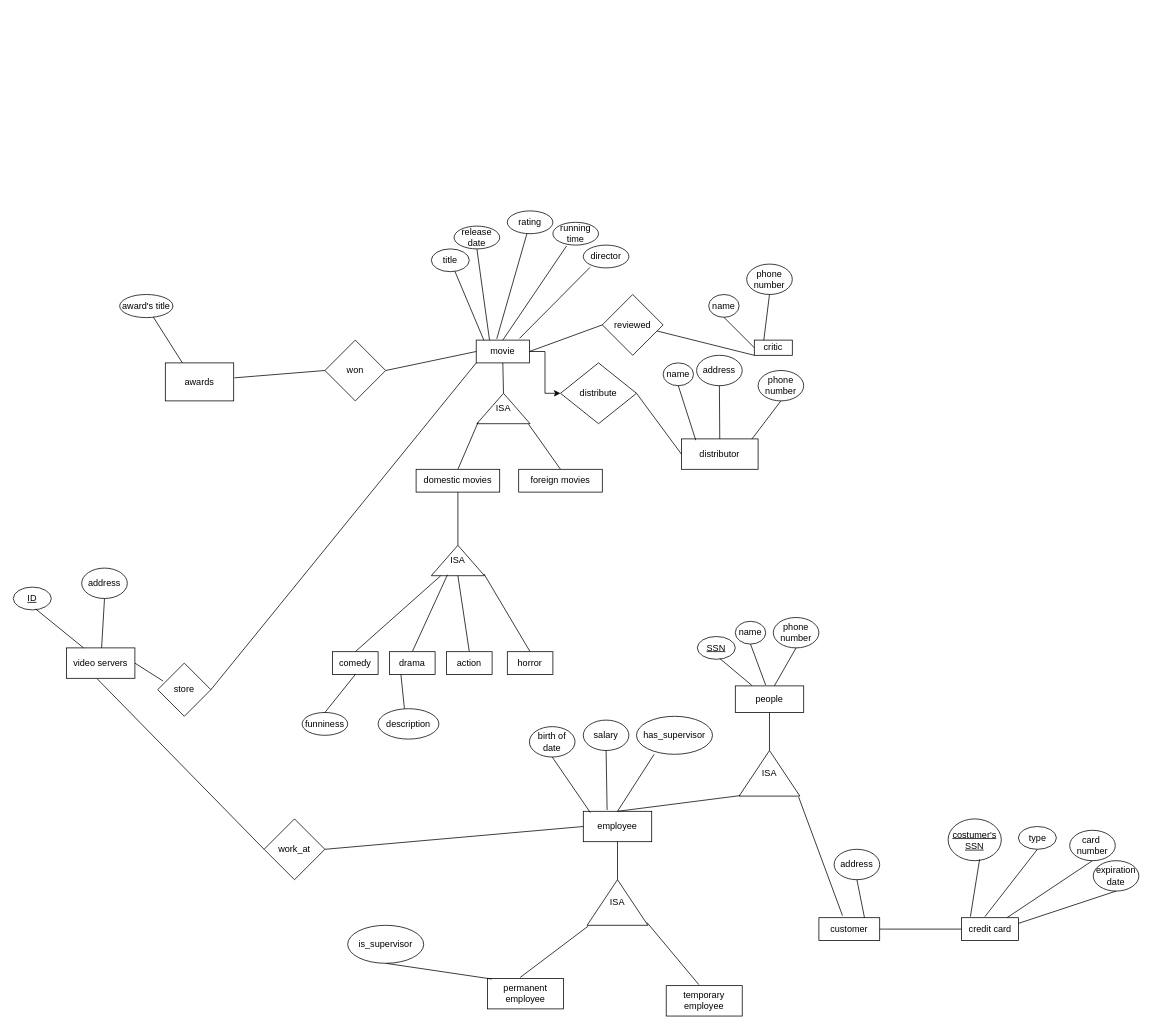
This is hw2_part6A.drawio from jamessu1201/Database_System, a draw.io file, before an edit. Source tidied: cells renumbered, new cells numbered last; positions are measured from the earlier drawing's top-left corner, leaving out a move shared by most shapes. Both pictures are drawn from the tidied source at 76%, with x=0, y=0 at pixel (13, 211).
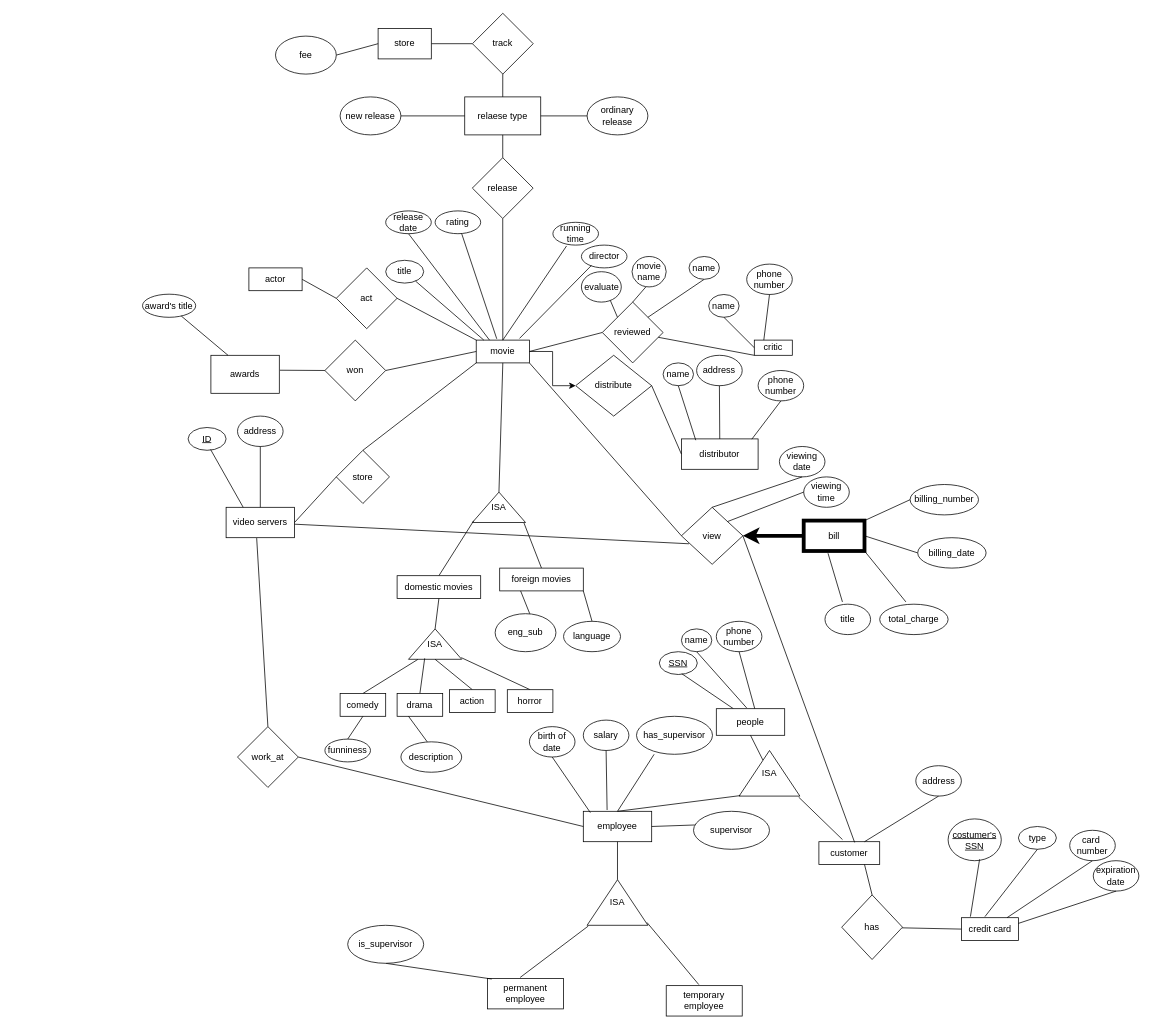
Above is the later version.

Unchanged cells that the change refers to:
```xml
<mxCell id="3" value="movie" style="rounded=0;whiteSpace=wrap;html=1;" parent="1" vertex="1">
  <mxGeometry x="609.1" y="170" width="70" height="30" as="geometry" />
</mxCell>
<mxCell id="48" value="credit card" style="rounded=0;whiteSpace=wrap;html=1;" parent="1" vertex="1">
  <mxGeometry x="1247.5" y="930" width="75" height="30" as="geometry" />
</mxCell>
<mxCell id="59" value="employee" style="rounded=0;whiteSpace=wrap;html=1;" parent="1" vertex="1">
  <mxGeometry x="750" y="790" width="90" height="40" as="geometry" />
</mxCell>
```

The edit, as a diff of the source:
```diff
@@
     <mxCell id="4" value="title" style="ellipse;whiteSpace=wrap;html=1;" parent="1" vertex="1">
-      <mxGeometry x="550" y="50" width="50" height="30" as="geometry" />
+      <mxGeometry x="490" y="65" width="50" height="30" as="geometry" />
     </mxCell>
@@
     <mxCell id="6" value="release date" style="ellipse;whiteSpace=wrap;html=1;" parent="1" vertex="1">
-      <mxGeometry x="580" y="20" width="60" height="30" as="geometry" />
+      <mxGeometry x="490" width="60" height="30" as="geometry" />
     </mxCell>
@@
     <mxCell id="8" value="rating" style="ellipse;whiteSpace=wrap;html=1;" parent="1" vertex="1">
-      <mxGeometry x="650" width="60" height="30" as="geometry" />
+      <mxGeometry x="555" width="60" height="30" as="geometry" />
     </mxCell>
@@
     <mxCell id="12" value="director" style="ellipse;whiteSpace=wrap;html=1;" parent="1" vertex="1">
-      <mxGeometry x="750" y="45" width="60" height="30" as="geometry" />
+      <mxGeometry x="747.5" y="45" width="60" height="30" as="geometry" />
     </mxCell>
-    <mxCell id="13" style="endArrow=none;html=1;rounded=0;entryX=0.148;entryY=0.975;entryDx=0;entryDy=0;entryPerimeter=0;exitX=0.814;exitY=-0.073;exitDx=0;exitDy=0;exitPerimeter=0;" parent="1" edge="1" source="3" target="12">
+    <mxCell id="13" style="endArrow=none;html=1;rounded=0;entryX=0.222;entryY=0.889;entryDx=0;entryDy=0;entryPerimeter=0;exitX=0.814;exitY=-0.073;exitDx=0;exitDy=0;exitPerimeter=0;" parent="1" edge="1" source="3" target="12">
       <mxGeometry relative="1" as="geometry" />
     </mxCell>
     <mxCell id="14" value="ISA" style="triangle;whiteSpace=wrap;html=1;direction=north;" parent="1" vertex="1">
-      <mxGeometry x="610" y="240" width="70" height="40" as="geometry" />
+      <mxGeometry x="604" y="370" width="70" height="40" as="geometry" />
     </mxCell>
@@
     <mxCell id="18" value="domestic&amp;nbsp;movies" style="rounded=0;whiteSpace=wrap;html=1;" parent="1" vertex="1">
-      <mxGeometry x="530" y="340" width="110" height="30" as="geometry" />
+      <mxGeometry x="505" y="480" width="110" height="30" as="geometry" />
     </mxCell>
     <mxCell id="19" value="foreign&amp;nbsp;movies" style="rounded=0;whiteSpace=wrap;html=1;" parent="1" vertex="1">
-      <mxGeometry x="665" y="340" width="110" height="30" as="geometry" />
+      <mxGeometry x="640" y="470" width="110" height="30" as="geometry" />
     </mxCell>
     <mxCell id="20" value="ISA" style="triangle;whiteSpace=wrap;html=1;direction=north;" parent="1" vertex="1">
-      <mxGeometry x="550" y="440" width="70" height="40" as="geometry" />
+      <mxGeometry x="520" y="550" width="70" height="40" as="geometry" />
     </mxCell>
@@
     <mxCell id="23" value="comedy" style="rounded=0;whiteSpace=wrap;html=1;" parent="1" vertex="1">
-      <mxGeometry x="420" y="580" width="60" height="30" as="geometry" />
+      <mxGeometry x="430" y="635" width="60" height="30" as="geometry" />
     </mxCell>
@@
     <mxCell id="25" value="drama" style="rounded=0;whiteSpace=wrap;html=1;" parent="1" vertex="1">
-      <mxGeometry x="495" y="580" width="60" height="30" as="geometry" />
+      <mxGeometry x="505" y="635" width="60" height="30" as="geometry" />
     </mxCell>
@@
     <mxCell id="27" value="action" style="rounded=0;whiteSpace=wrap;html=1;" parent="1" vertex="1">
-      <mxGeometry x="570" y="580" width="60" height="30" as="geometry" />
+      <mxGeometry x="574" y="630" width="60" height="30" as="geometry" />
     </mxCell>
@@
     <mxCell id="29" value="horror" style="rounded=0;whiteSpace=wrap;html=1;" parent="1" vertex="1">
-      <mxGeometry x="650" y="580" width="60" height="30" as="geometry" />
+      <mxGeometry x="650" y="630" width="60" height="30" as="geometry" />
     </mxCell>
     <mxCell id="30" value="funniness" style="ellipse;whiteSpace=wrap;html=1;" parent="1" vertex="1">
-      <mxGeometry x="380" y="660" width="60" height="30" as="geometry" />
+      <mxGeometry x="410" y="695" width="60" height="30" as="geometry" />
     </mxCell>
@@
     <mxCell id="32" value="description" style="ellipse;whiteSpace=wrap;html=1;" parent="1" vertex="1">
-      <mxGeometry x="480" y="655" width="80" height="40" as="geometry" />
+      <mxGeometry x="510" y="698.6" width="80" height="40" as="geometry" />
     </mxCell>
@@
     <mxCell id="39" value="customer" style="rounded=0;whiteSpace=wrap;html=1;" parent="1" vertex="1">
-      <mxGeometry x="1060" y="930" width="80" height="30" as="geometry" />
+      <mxGeometry x="1060" y="830" width="80" height="30" as="geometry" />
     </mxCell>
     <mxCell id="40" value="&lt;u&gt;SSN&lt;/u&gt;" style="ellipse;whiteSpace=wrap;html=1;" parent="1" vertex="1">
-      <mxGeometry x="900" y="560" width="50" height="30" as="geometry" />
+      <mxGeometry x="850" y="580" width="50" height="30" as="geometry" />
     </mxCell>
@@
     <mxCell id="42" value="name" style="ellipse;whiteSpace=wrap;html=1;" parent="1" vertex="1">
-      <mxGeometry x="950" y="540" width="40" height="30" as="geometry" />
+      <mxGeometry x="879.1" y="550" width="40" height="30" as="geometry" />
     </mxCell>
@@
     <mxCell id="44" value="phone number" style="ellipse;whiteSpace=wrap;html=1;" parent="1" vertex="1">
-      <mxGeometry x="1000" y="535" width="60" height="40" as="geometry" />
+      <mxGeometry x="925" y="540" width="60" height="40" as="geometry" />
     </mxCell>
@@
     <mxCell id="46" value="address" style="ellipse;whiteSpace=wrap;html=1;" parent="1" vertex="1">
-      <mxGeometry x="1080" y="840" width="60" height="40" as="geometry" />
+      <mxGeometry x="1187.5" y="730" width="60" height="40" as="geometry" />
     </mxCell>
@@
-    <mxCell id="50" style="endArrow=none;html=1;rounded=0;entryX=1;entryY=0.5;entryDx=0;entryDy=0;exitX=0;exitY=0.5;exitDx=0;exitDy=0;" parent="1" edge="1" source="48" target="39">
+    <mxCell id="50" style="endArrow=none;html=1;rounded=0;exitX=0;exitY=0.5;exitDx=0;exitDy=0;" parent="1" edge="1" source="48" target="126">
       <mxGeometry relative="1" as="geometry" />
     </mxCell>
@@
     <mxCell id="60" value="people" style="rounded=0;whiteSpace=wrap;html=1;" parent="1" vertex="1">
-      <mxGeometry x="950" y="625" width="90" height="35" as="geometry" />
+      <mxGeometry x="925" y="655" width="90" height="35" as="geometry" />
     </mxCell>
@@
     <mxCell id="78" value="reviewed" style="rhombus;whiteSpace=wrap;html=1;" parent="1" vertex="1">
-      <mxGeometry x="775" y="110" width="80" height="80" as="geometry" />
+      <mxGeometry x="775" y="120" width="80" height="80" as="geometry" />
     </mxCell>
@@
     <mxCell id="83" value="awards" style="rounded=0;whiteSpace=wrap;html=1;" parent="1" vertex="1">
-      <mxGeometry x="200" y="200" width="90" height="50" as="geometry" />
+      <mxGeometry x="260" y="190" width="90" height="50" as="geometry" />
     </mxCell>
@@
     <mxCell id="85" value="award's title" style="ellipse;whiteSpace=wrap;html=1;" parent="1" vertex="1">
-      <mxGeometry x="140" y="110" width="70" height="30.4" as="geometry" />
+      <mxGeometry x="170" y="109.6" width="70" height="30.4" as="geometry" />
     </mxCell>
@@
     <mxCell id="87" value="video servers" style="rounded=0;whiteSpace=wrap;html=1;" parent="1" vertex="1">
-      <mxGeometry x="70" y="575" width="90" height="40" as="geometry" />
+      <mxGeometry x="280" y="390" width="90" height="40" as="geometry" />
     </mxCell>
     <mxCell id="88" value="&lt;u&gt;ID&lt;/u&gt;" style="ellipse;whiteSpace=wrap;html=1;" parent="1" vertex="1">
-      <mxGeometry y="495" width="50" height="30" as="geometry" />
+      <mxGeometry x="230" y="285" width="50" height="30" as="geometry" />
     </mxCell>
@@
     <mxCell id="90" value="address" style="ellipse;whiteSpace=wrap;html=1;" parent="1" vertex="1">
-      <mxGeometry x="90" y="470" width="60" height="40" as="geometry" />
+      <mxGeometry x="295" y="270" width="60" height="40" as="geometry" />
     </mxCell>
@@
     <mxCell id="92" value="distribute" style="rhombus;whiteSpace=wrap;html=1;" parent="1" vertex="1">
-      <mxGeometry x="720" y="200" width="100" height="80" as="geometry" />
+      <mxGeometry x="740" y="190" width="100" height="80" as="geometry" />
     </mxCell>
@@
     <mxCell id="101" value="store" style="rhombus;whiteSpace=wrap;html=1;" parent="1" vertex="1">
-      <mxGeometry x="190" y="595" width="70" height="70" as="geometry" />
+      <mxGeometry x="425" y="315" width="70" height="70" as="geometry" />
     </mxCell>
-    <mxCell id="102" style="endArrow=none;html=1;rounded=0;entryX=1;entryY=0.5;entryDx=0;entryDy=0;exitX=0.101;exitY=0.337;exitDx=0;exitDy=0;exitPerimeter=0;" parent="1" edge="1" source="101" target="87">
+    <mxCell id="102" style="endArrow=none;html=1;rounded=0;entryX=1;entryY=0.5;entryDx=0;entryDy=0;exitX=0;exitY=0.5;exitDx=0;exitDy=0;" parent="1" edge="1" source="101" target="87">
       <mxGeometry relative="1" as="geometry" />
     </mxCell>
-    <mxCell id="103" style="endArrow=none;html=1;rounded=0;entryX=1;entryY=0.5;entryDx=0;entryDy=0;exitX=0;exitY=1;exitDx=0;exitDy=0;" parent="1" edge="1" source="3" target="101">
+    <mxCell id="103" style="endArrow=none;html=1;rounded=0;entryX=0.5;entryY=0;entryDx=0;entryDy=0;exitX=0;exitY=1;exitDx=0;exitDy=0;" parent="1" edge="1" source="3" target="101">
       <mxGeometry relative="1" as="geometry" />
     </mxCell>
@@
     <mxCell id="106" value="work_at" style="rhombus;whiteSpace=wrap;html=1;" parent="1" vertex="1">
-      <mxGeometry x="330" y="800" width="80" height="80" as="geometry" />
+      <mxGeometry x="295" y="678.6" width="80" height="80" as="geometry" />
     </mxCell>
@@
-    <mxCell id="108" style="endArrow=none;html=1;rounded=0;entryX=0.447;entryY=1.013;entryDx=0;entryDy=0;entryPerimeter=0;exitX=0;exitY=0.5;exitDx=0;exitDy=0;" parent="1" edge="1" source="106" target="87">
+    <mxCell id="108" style="endArrow=none;html=1;rounded=0;entryX=0.447;entryY=1.013;entryDx=0;entryDy=0;entryPerimeter=0;exitX=0.5;exitY=0;exitDx=0;exitDy=0;" parent="1" edge="1" source="106" target="87">
       <mxGeometry relative="1" as="geometry" />
     </mxCell>
+    <mxCell id="109" style="endArrow=none;html=1;rounded=0;entryX=0;entryY=0;entryDx=0;entryDy=0;exitX=1;exitY=0.5;exitDx=0;exitDy=0;" parent="1" edge="1" source="110" target="3">
+      <mxGeometry relative="1" as="geometry" />
+    </mxCell>
+    <mxCell id="110" value="act" style="rhombus;whiteSpace=wrap;html=1;" parent="1" vertex="1">
+      <mxGeometry x="425" y="75" width="80" height="80" as="geometry" />
+    </mxCell>
+    <mxCell id="111" style="endArrow=none;html=1;rounded=0;entryX=0;entryY=0.5;entryDx=0;entryDy=0;exitX=1;exitY=0.5;exitDx=0;exitDy=0;" parent="1" edge="1" source="112" target="110">
+      <mxGeometry relative="1" as="geometry" />
+    </mxCell>
+    <mxCell id="112" value="actor" style="rounded=0;whiteSpace=wrap;html=1;" parent="1" vertex="1">
+      <mxGeometry x="310" y="75" width="70" height="30" as="geometry" />
+    </mxCell>
+    <mxCell id="113" style="endArrow=none;html=1;rounded=0;entryX=1;entryY=1;entryDx=0;entryDy=0;exitX=0.5;exitY=0;exitDx=0;exitDy=0;" parent="1" edge="1" source="114" target="19">
+      <mxGeometry relative="1" as="geometry" />
+    </mxCell>
+    <mxCell id="114" value="language" style="ellipse;whiteSpace=wrap;html=1;" parent="1" vertex="1">
+      <mxGeometry x="724" y="540" width="75" height="40" as="geometry" />
+    </mxCell>
+    <mxCell id="115" style="endArrow=none;html=1;rounded=0;entryX=0.25;entryY=1;entryDx=0;entryDy=0;exitX=0.57;exitY=0.003;exitDx=0;exitDy=0;exitPerimeter=0;" parent="1" edge="1" source="116" target="19">
+      <mxGeometry relative="1" as="geometry" />
+    </mxCell>
+    <mxCell id="116" value="eng_sub" style="ellipse;whiteSpace=wrap;html=1;" parent="1" vertex="1">
+      <mxGeometry x="634" y="530" width="80" height="50" as="geometry" />
+    </mxCell>
+    <mxCell id="117" style="endArrow=none;html=1;rounded=0;entryX=1;entryY=0;entryDx=0;entryDy=0;exitX=0.5;exitY=1;exitDx=0;exitDy=0;" parent="1" edge="1" source="118" target="78">
+      <mxGeometry relative="1" as="geometry" />
+    </mxCell>
+    <mxCell id="118" value="name" style="ellipse;whiteSpace=wrap;html=1;" parent="1" vertex="1">
+      <mxGeometry x="889.1" y="60" width="40" height="30" as="geometry" />
+    </mxCell>
+    <mxCell id="119" style="endArrow=none;html=1;rounded=0;entryX=0.5;entryY=0;entryDx=0;entryDy=0;exitX=0.407;exitY=0.998;exitDx=0;exitDy=0;exitPerimeter=0;" parent="1" edge="1" source="120" target="78">
+      <mxGeometry relative="1" as="geometry" />
+    </mxCell>
+    <mxCell id="120" value="movie name" style="ellipse;whiteSpace=wrap;html=1;" parent="1" vertex="1">
+      <mxGeometry x="814.1" y="60" width="45" height="40" as="geometry" />
+    </mxCell>
+    <mxCell id="121" value="evaluate" style="ellipse;whiteSpace=wrap;html=1;" parent="1" vertex="1">
+      <mxGeometry x="747.5" y="80" width="52.5" height="40" as="geometry" />
+    </mxCell>
+    <mxCell id="122" style="endArrow=none;html=1;rounded=0;entryX=0;entryY=0;entryDx=0;entryDy=0;exitX=0.725;exitY=0.945;exitDx=0;exitDy=0;exitPerimeter=0;" parent="1" edge="1" source="121" target="78">
+      <mxGeometry relative="1" as="geometry" />
+    </mxCell>
+    <mxCell id="123" value="view" style="rhombus;whiteSpace=wrap;html=1;" parent="1" vertex="1">
+      <mxGeometry x="879.1" y="390" width="80.9" height="75" as="geometry" />
+    </mxCell>
+    <mxCell id="124" style="endArrow=none;html=1;rounded=0;entryX=1;entryY=1;entryDx=0;entryDy=0;exitX=0;exitY=0.5;exitDx=0;exitDy=0;" parent="1" edge="1" source="123" target="3">
+      <mxGeometry relative="1" as="geometry" />
+    </mxCell>
+    <mxCell id="125" style="endArrow=none;html=1;rounded=0;entryX=1;entryY=0.5;entryDx=0;entryDy=0;exitX=0.588;exitY=0.033;exitDx=0;exitDy=0;exitPerimeter=0;" parent="1" edge="1" source="39" target="123">
+      <mxGeometry relative="1" as="geometry" />
+    </mxCell>
+    <mxCell id="126" value="has" style="rhombus;whiteSpace=wrap;html=1;" parent="1" vertex="1">
+      <mxGeometry x="1090" y="900" width="80" height="85" as="geometry" />
+    </mxCell>
+    <mxCell id="127" style="endArrow=none;html=1;rounded=0;entryX=0.75;entryY=1;entryDx=0;entryDy=0;exitX=0.5;exitY=0;exitDx=0;exitDy=0;" parent="1" edge="1" source="126" target="39">
+      <mxGeometry relative="1" as="geometry" />
+    </mxCell>
+    <mxCell id="128" style="endArrow=none;html=1;rounded=0;entryX=0.123;entryY=0.64;entryDx=0;entryDy=0;entryPerimeter=0;" parent="1" edge="1" source="87" target="123">
+      <mxGeometry relative="1" as="geometry" />
+    </mxCell>
+    <mxCell id="129" style="endArrow=none;html=1;rounded=0;exitX=0.019;exitY=0.36;exitDx=0;exitDy=0;entryX=1;entryY=0.5;entryDx=0;entryDy=0;exitPerimeter=0;" parent="1" edge="1" source="130" target="59">
+      <mxGeometry relative="1" as="geometry" />
+    </mxCell>
+    <mxCell id="130" value="supervisor" style="ellipse;whiteSpace=wrap;html=1;" parent="1" vertex="1">
+      <mxGeometry x="895" y="790" width="100" height="50" as="geometry" />
+    </mxCell>
+    <mxCell id="131" value="viewing date" style="ellipse;whiteSpace=wrap;html=1;" parent="1" vertex="1">
+      <mxGeometry x="1008" y="310" width="60" height="40" as="geometry" />
+    </mxCell>
+    <mxCell id="132" style="endArrow=none;html=1;rounded=0;entryX=0.5;entryY=1;entryDx=0;entryDy=0;exitX=0.5;exitY=0;exitDx=0;exitDy=0;" parent="1" edge="1" source="123" target="131">
+      <mxGeometry relative="1" as="geometry" />
+    </mxCell>
+    <mxCell id="133" value="viewing time" style="ellipse;whiteSpace=wrap;html=1;" parent="1" vertex="1">
+      <mxGeometry x="1040" y="350" width="60" height="40" as="geometry" />
+    </mxCell>
+    <mxCell id="134" style="endArrow=none;html=1;rounded=0;entryX=0;entryY=0.5;entryDx=0;entryDy=0;exitX=1;exitY=0;exitDx=0;exitDy=0;" parent="1" edge="1" source="123" target="133">
+      <mxGeometry relative="1" as="geometry" />
+    </mxCell>
+    <mxCell id="135" style="edgeStyle=orthogonalEdgeStyle;rounded=0;jettySize=auto;html=1;strokeWidth=5;" parent="1" edge="1" source="136" target="123">
+      <mxGeometry relative="1" as="geometry" />
+    </mxCell>
+    <mxCell id="136" value="bill" style="rounded=0;whiteSpace=wrap;html=1;strokeWidth=5;" parent="1" vertex="1">
+      <mxGeometry x="1040" y="407.5" width="80" height="40" as="geometry" />
+    </mxCell>
+    <mxCell id="137" style="endArrow=none;html=1;rounded=0;exitX=0.383;exitY=-0.075;exitDx=0;exitDy=0;exitPerimeter=0;entryX=0.4;entryY=1.075;entryDx=0;entryDy=0;entryPerimeter=0;" parent="1" edge="1" source="138" target="136">
+      <mxGeometry relative="1" as="geometry" />
+    </mxCell>
+    <mxCell id="138" value="title" style="ellipse;whiteSpace=wrap;html=1;" parent="1" vertex="1">
+      <mxGeometry x="1068" y="517.5" width="60" height="40" as="geometry" />
+    </mxCell>
+    <mxCell id="139" style="endArrow=none;html=1;rounded=0;exitX=0.383;exitY=-0.075;exitDx=0;exitDy=0;exitPerimeter=0;entryX=1;entryY=1;entryDx=0;entryDy=0;" parent="1" edge="1" source="140" target="136">
+      <mxGeometry relative="1" as="geometry" />
+    </mxCell>
+    <mxCell id="140" value="total_charge" style="ellipse;whiteSpace=wrap;html=1;" parent="1" vertex="1">
+      <mxGeometry x="1140" y="517.5" width="90" height="40" as="geometry" />
+    </mxCell>
+    <mxCell id="141" style="endArrow=none;html=1;rounded=0;exitX=0;exitY=0.5;exitDx=0;exitDy=0;entryX=1;entryY=0.5;entryDx=0;entryDy=0;" parent="1" edge="1" source="142" target="136">
+      <mxGeometry relative="1" as="geometry" />
+    </mxCell>
+    <mxCell id="142" value="billing_date" style="ellipse;whiteSpace=wrap;html=1;" parent="1" vertex="1">
+      <mxGeometry x="1190" y="430" width="90" height="40" as="geometry" />
+    </mxCell>
+    <mxCell id="143" style="endArrow=none;html=1;rounded=0;exitX=0;exitY=0.5;exitDx=0;exitDy=0;entryX=1;entryY=0;entryDx=0;entryDy=0;" parent="1" edge="1" source="144" target="136">
+      <mxGeometry relative="1" as="geometry" />
+    </mxCell>
+    <mxCell id="144" value="billing_number" style="ellipse;whiteSpace=wrap;html=1;" parent="1" vertex="1">
+      <mxGeometry x="1180" y="360" width="90" height="40" as="geometry" />
+    </mxCell>
+    <mxCell id="145" style="endArrow=none;html=1;rounded=0;entryX=0.5;entryY=0;entryDx=0;entryDy=0;exitX=0.5;exitY=1;exitDx=0;exitDy=0;" parent="1" edge="1" source="147" target="3">
+      <mxGeometry relative="1" as="geometry" />
+    </mxCell>
+    <mxCell id="146" value="relaese type" style="rounded=0;whiteSpace=wrap;html=1;" parent="1" vertex="1">
+      <mxGeometry x="594" y="-150" width="100" height="50" as="geometry" />
+    </mxCell>
+    <mxCell id="147" value="release" style="rhombus;whiteSpace=wrap;html=1;" parent="1" vertex="1">
+      <mxGeometry x="604" y="-70" width="80" height="80" as="geometry" />
+    </mxCell>
+    <mxCell id="148" style="endArrow=none;html=1;rounded=0;entryX=0.5;entryY=1;entryDx=0;entryDy=0;exitX=0.5;exitY=0;exitDx=0;exitDy=0;" parent="1" edge="1" source="147" target="146">
+      <mxGeometry relative="1" as="geometry" />
+    </mxCell>
+    <mxCell id="149" style="endArrow=none;html=1;rounded=0;entryX=0.5;entryY=0;entryDx=0;entryDy=0;" parent="1" edge="1" source="158" target="146">
+      <mxGeometry relative="1" as="geometry" />
+    </mxCell>
+    <mxCell id="150" style="endArrow=none;html=1;rounded=0;entryX=0;entryY=0.5;entryDx=0;entryDy=0;exitX=1;exitY=0.5;exitDx=0;exitDy=0;" parent="1" edge="1" source="152" target="146">
+      <mxGeometry relative="1" as="geometry" />
+    </mxCell>
+    <mxCell id="151" style="endArrow=none;html=1;rounded=0;exitX=1;exitY=0.5;exitDx=0;exitDy=0;entryX=0;entryY=0.5;entryDx=0;entryDy=0;" parent="1" edge="1" source="146" target="153">
+      <mxGeometry relative="1" as="geometry" />
+    </mxCell>
+    <mxCell id="152" value="new release" style="ellipse;whiteSpace=wrap;html=1;" parent="1" vertex="1">
+      <mxGeometry x="430" y="-150" width="80" height="50" as="geometry" />
+    </mxCell>
+    <mxCell id="153" value="ordinary release" style="ellipse;whiteSpace=wrap;html=1;" parent="1" vertex="1">
+      <mxGeometry x="755" y="-150" width="80" height="50" as="geometry" />
+    </mxCell>
+    <mxCell id="154" style="endArrow=none;html=1;rounded=0;entryX=0;entryY=0.5;entryDx=0;entryDy=0;exitX=1;exitY=0.5;exitDx=0;exitDy=0;" parent="1" edge="1" source="155" target="158">
+      <mxGeometry relative="1" as="geometry" />
+    </mxCell>
+    <mxCell id="155" value="store" style="rounded=0;whiteSpace=wrap;html=1;" parent="1" vertex="1">
+      <mxGeometry x="480" y="-240" width="70" height="40" as="geometry" />
+    </mxCell>
+    <mxCell id="156" style="endArrow=none;html=1;rounded=0;entryX=0;entryY=0.5;entryDx=0;entryDy=0;exitX=1;exitY=0.5;exitDx=0;exitDy=0;" parent="1" edge="1" source="157" target="155">
+      <mxGeometry relative="1" as="geometry" />
+    </mxCell>
+    <mxCell id="157" value="fee" style="ellipse;whiteSpace=wrap;html=1;" parent="1" vertex="1">
+      <mxGeometry x="345" y="-230" width="80" height="50" as="geometry" />
+    </mxCell>
+    <mxCell id="158" value="track" style="rhombus;whiteSpace=wrap;html=1;" parent="1" vertex="1">
+      <mxGeometry x="604.1" y="-260" width="80" height="80" as="geometry" />
+    </mxCell>
```
